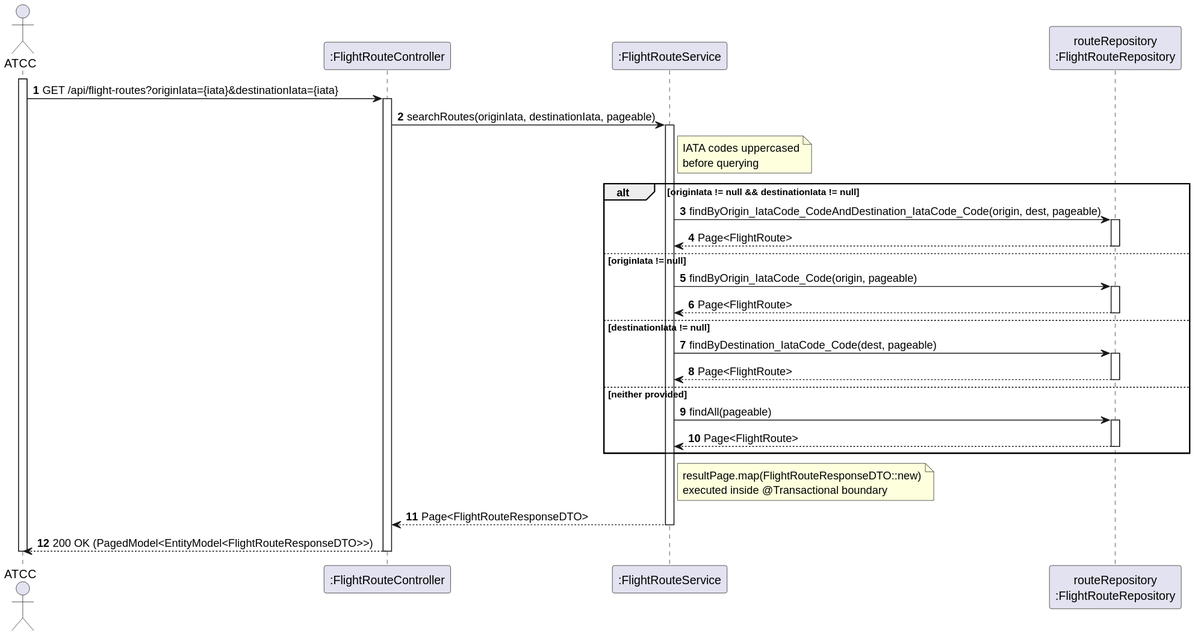
This is docs/use-cases/WP#3A/US114/svg/US114-SD.svg from Andre-1240567/psoft2026_2DB_1240567_1241013_1240624, a PlantUML export, as it was before one commit. Source of this version:
```plantuml
@startuml
autonumber
actor "ATCC" as Actor
participant ":FlightRouteController" as Ctrl
participant ":FlightRouteService" as Service
participant "routeRepository\n:FlightRouteRepository" as Repo

activate Actor
Actor -> Ctrl: GET /api/flight-routes?originIata={iata}&destinationIata={iata}
activate Ctrl

Ctrl -> Service: searchRoutes(originIata, destinationIata, pageable)
activate Service

note right of Service: IATA codes uppercased\nbefore querying

alt originIata != null && destinationIata != null
    Service -> Repo: findByOrigin_IataCode_CodeAndDestination_IataCode_Code(origin, dest, pageable)
    activate Repo
    Repo --> Service: Page<FlightRoute>
    deactivate Repo
else originIata != null
    Service -> Repo: findByOrigin_IataCode_Code(origin, pageable)
    activate Repo
    Repo --> Service: Page<FlightRoute>
    deactivate Repo
else destinationIata != null
    Service -> Repo: findByDestination_IataCode_Code(dest, pageable)
    activate Repo
    Repo --> Service: Page<FlightRoute>
    deactivate Repo
else neither provided
    Service -> Repo: findAll(pageable)
    activate Repo
    Repo --> Service: Page<FlightRoute>
    deactivate Repo
end

note right of Service: resultPage.map(FlightRouteResponseDTO::new)\nexecuted inside @Transactional boundary

Service --> Ctrl: Page<FlightRouteResponseDTO>
deactivate Service

Ctrl --> Actor: 200 OK (PagedModel<EntityModel<FlightRouteResponseDTO>>)
deactivate Ctrl
deactivate Actor
@enduml
```
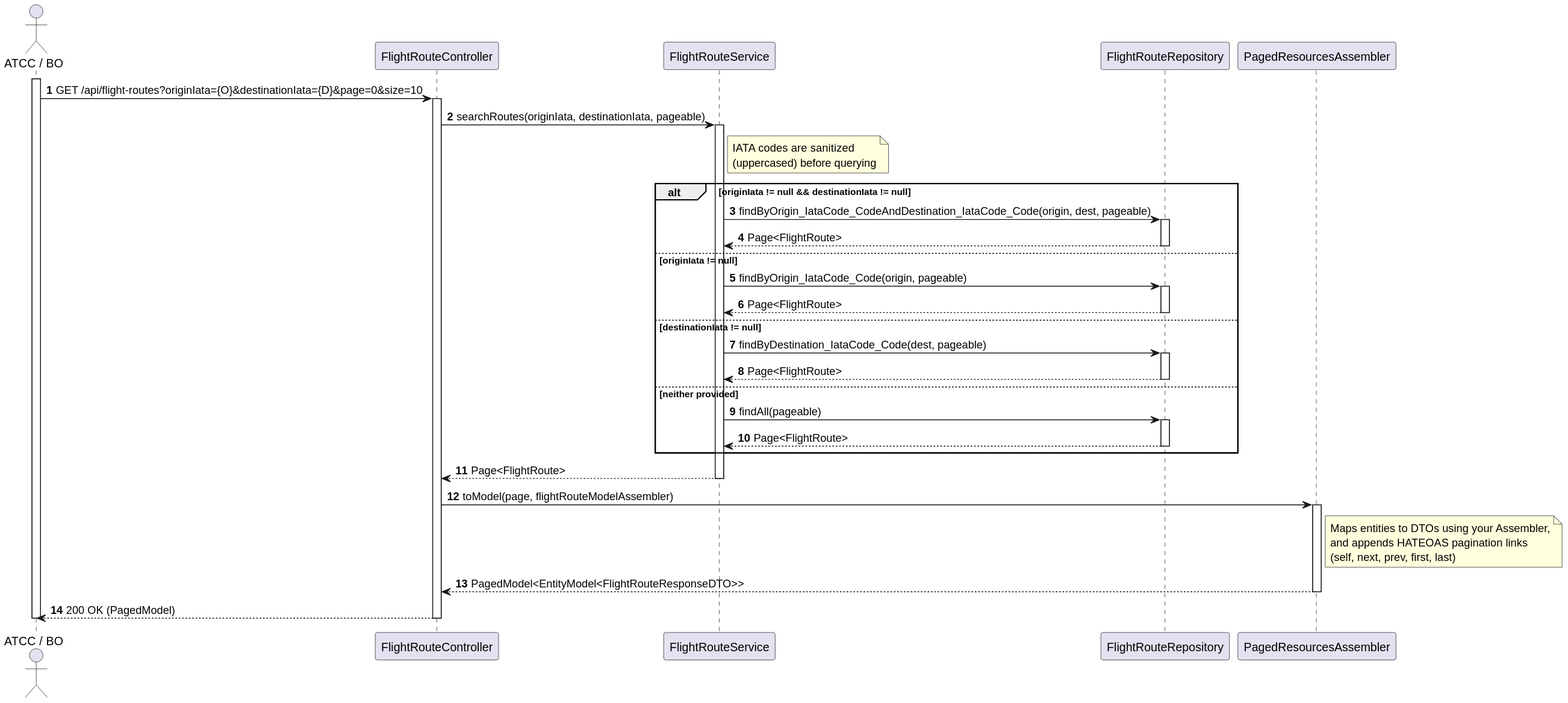
After the change.

What changed in the source:
```diff
@@ -1,18 +1,19 @@
 @startuml
 autonumber
-actor "ATCC" as Actor
-participant ":FlightRouteController" as Ctrl
-participant ":FlightRouteService" as Service
-participant "routeRepository\n:FlightRouteRepository" as Repo
+actor "ATCC / BO" as Actor
+participant "FlightRouteController" as Ctrl
+participant "FlightRouteService" as Service
+participant "FlightRouteRepository" as Repo
+participant "PagedResourcesAssembler" as PagedAssembler
 
 activate Actor
-Actor -> Ctrl: GET /api/flight-routes?originIata={iata}&destinationIata={iata}
+Actor -> Ctrl: GET /api/flight-routes?originIata={O}&destinationIata={D}&page=0&size=10
 activate Ctrl
 
 Ctrl -> Service: searchRoutes(originIata, destinationIata, pageable)
 activate Service
 
-note right of Service: IATA codes uppercased\nbefore querying
+note right of Service: IATA codes are sanitized\n(uppercased) before querying
 
 alt originIata != null && destinationIata != null
     Service -> Repo: findByOrigin_IataCode_CodeAndDestination_IataCode_Code(origin, dest, pageable)
@@ -36,12 +37,16 @@
     deactivate Repo
 end
 
-note right of Service: resultPage.map(FlightRouteResponseDTO::new)\nexecuted inside @Transactional boundary
-
-Service --> Ctrl: Page<FlightRouteResponseDTO>
+Service --> Ctrl: Page<FlightRoute>
 deactivate Service
 
-Ctrl --> Actor: 200 OK (PagedModel<EntityModel<FlightRouteResponseDTO>>)
+Ctrl -> PagedAssembler: toModel(page, flightRouteModelAssembler)
+activate PagedAssembler
+note right of PagedAssembler: Maps entities to DTOs using your Assembler,\nand appends HATEOAS pagination links\n(self, next, prev, first, last)
+PagedAssembler --> Ctrl: PagedModel<EntityModel<FlightRouteResponseDTO>>
+deactivate PagedAssembler
+
+Ctrl --> Actor: 200 OK (PagedModel)
 deactivate Ctrl
 deactivate Actor
 @enduml
```
